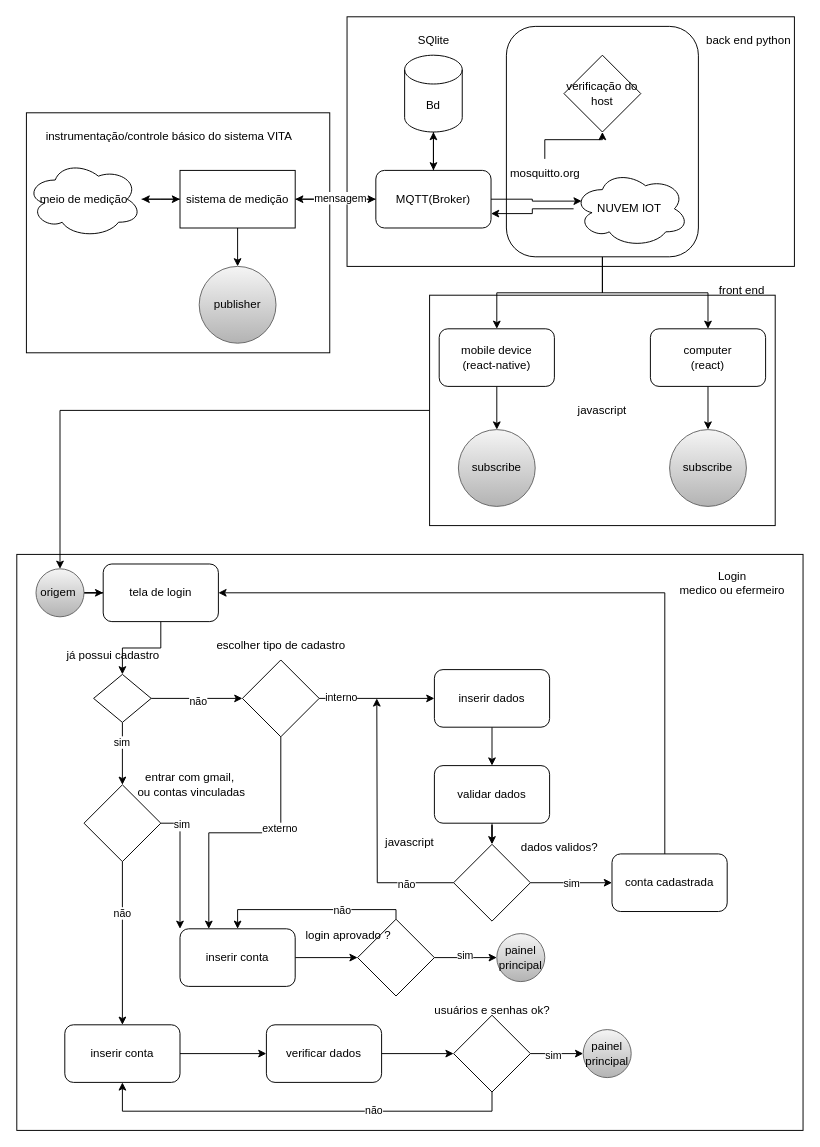
Before: documentação/sistema de loin.drawio in nervaljunior/Vita-System, a draw.io diagram. Source tidied: cells renumbered, new cells numbered last; positions are measured from the earlier drawing's top-left corner, leaving out a move shared by most shapes. Both pictures are drawn from the tidied source at 96%, with x=0, y=0 at pixel (16, 16).
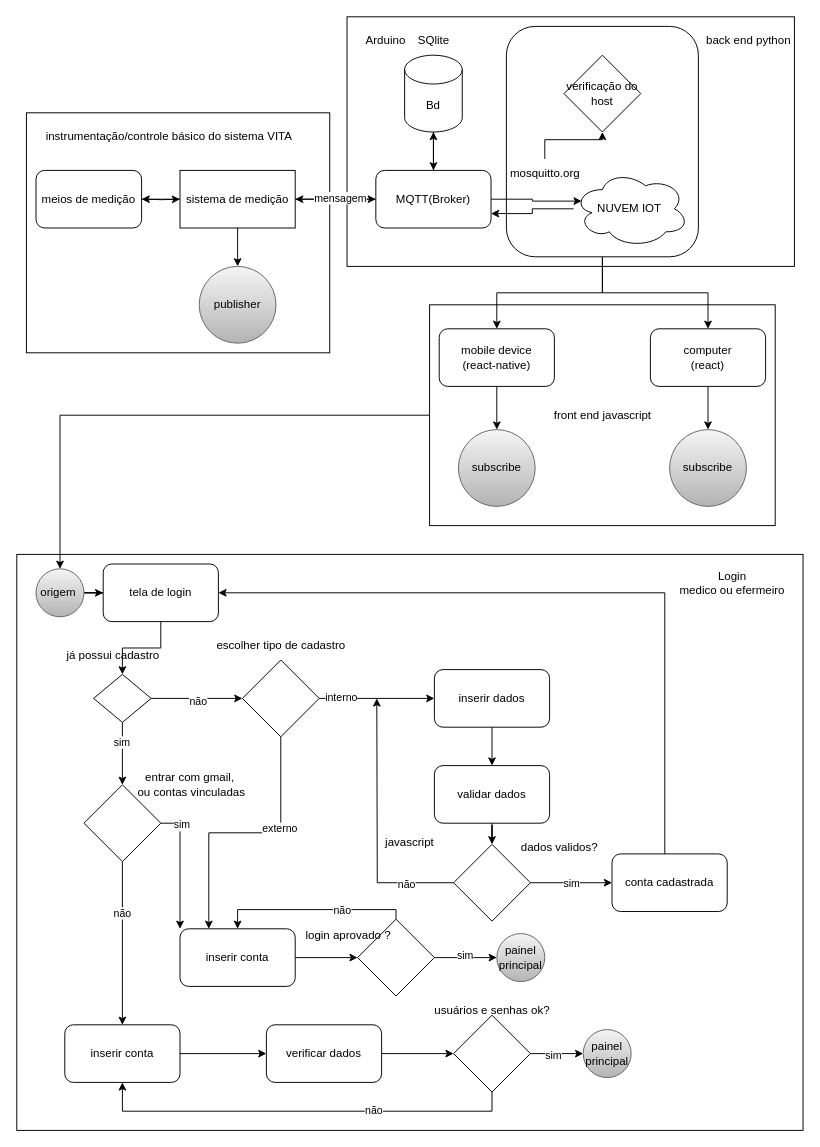
The same page after the edit.

The change refers to these unchanged cells:
```xml
<mxCell id="22" value="sistema de medição" style="rounded=0;whiteSpace=wrap;html=1;" parent="1" vertex="1">
  <mxGeometry x="170" y="160" width="120" height="60" as="geometry" />
</mxCell>
```

The edit, as a diff of the source:
```diff
@@
-    <mxCell id="6" value="javascript" style="rounded=0;whiteSpace=wrap;html=1;" parent="1" vertex="1">
-      <mxGeometry x="430" y="290" width="360" height="240" as="geometry" />
+    <mxCell id="6" style="rounded=0;whiteSpace=wrap;html=1;" parent="1" vertex="1">
+      <mxGeometry x="430" y="300" width="360" height="230" as="geometry" />
     </mxCell>
@@
-    <mxCell id="23" style="edgeStyle=orthogonalEdgeStyle;rounded=0;jettySize=auto;html=1;entryX=0;entryY=0.5;entryDx=0;entryDy=0;" parent="1" edge="1" source="24" target="22">
-      <mxGeometry relative="1" as="geometry" />
+    <mxCell id="23" style="edgeStyle=orthogonalEdgeStyle;rounded=0;jettySize=auto;html=1;entryX=0;entryY=0.5;entryDx=0;entryDy=0;" parent="1" edge="1" target="22">
+      <mxGeometry relative="1" as="geometry">
+        <mxPoint x="130" y="190" as="sourcePoint" />
+      </mxGeometry>
     </mxCell>
-    <mxCell id="24" value="meio de medição" style="ellipse;shape=cloud;whiteSpace=wrap;html=1;" parent="1" vertex="1">
-      <mxGeometry x="10" y="150" width="120" height="80" as="geometry" />
-    </mxCell>
@@
-    <mxCell id="34" value="front end" style="text;html=1;align=center;verticalAlign=middle;strokeColor=none;fillColor=none;" parent="1" vertex="1">
-      <mxGeometry x="720" y="270" width="70" height="30" as="geometry" />
+    <mxCell id="34" value="front end&amp;nbsp;javascript&lt;br&gt;" style="text;html=1;align=center;verticalAlign=middle;strokeColor=none;fillColor=none;" parent="1" vertex="1">
+      <mxGeometry x="550" y="400" width="120" height="30" as="geometry" />
     </mxCell>
@@
+    <mxCell id="94" value="meios de medição" style="rounded=1;whiteSpace=wrap;html=1;" parent="1" vertex="1">
+      <mxGeometry x="20" y="160" width="110" height="60" as="geometry" />
+    </mxCell>
+    <mxCell id="95" value="Arduino" style="text;html=1;align=center;verticalAlign=middle;strokeColor=none;fillColor=none;" parent="1" vertex="1">
+      <mxGeometry x="354" y="10" width="60" height="30" as="geometry" />
+    </mxCell>
```
